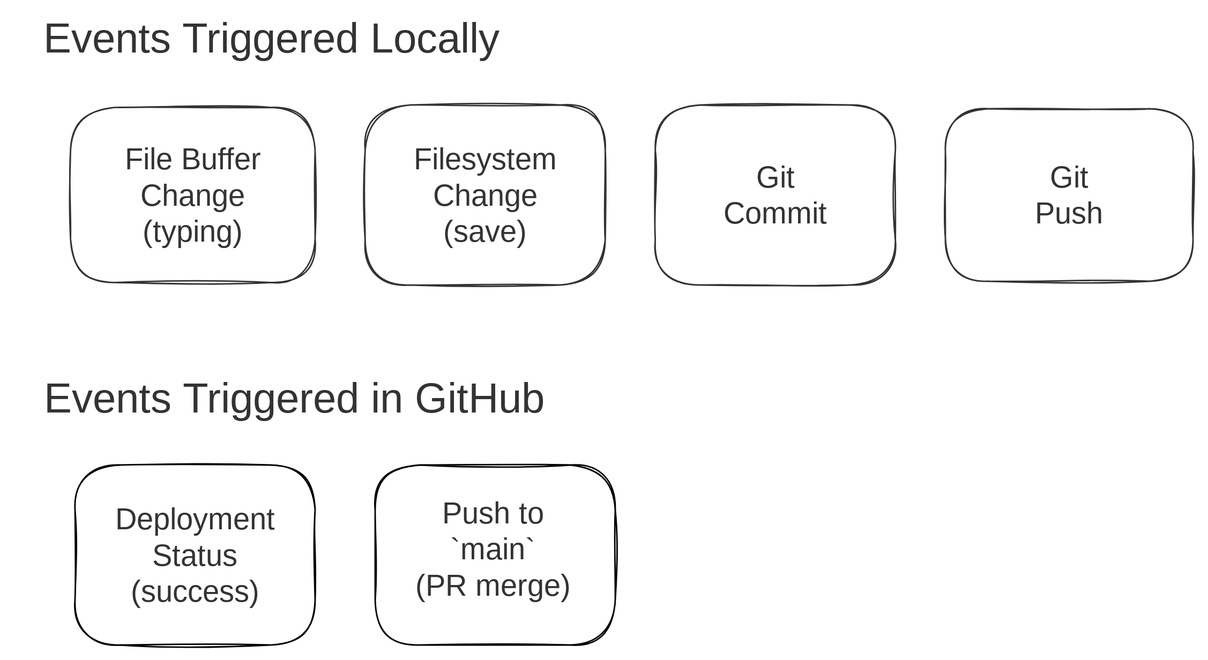
This is docs/images/sdlc_events.excalidraw.svg from oaknational/Oak-Web-Application, a Excalidraw export, as it was before one commit. Source tidied: one line per element, renumbered; positions are measured from the earlier drawing's top-left corner, leaving out a move shared by most shapes.
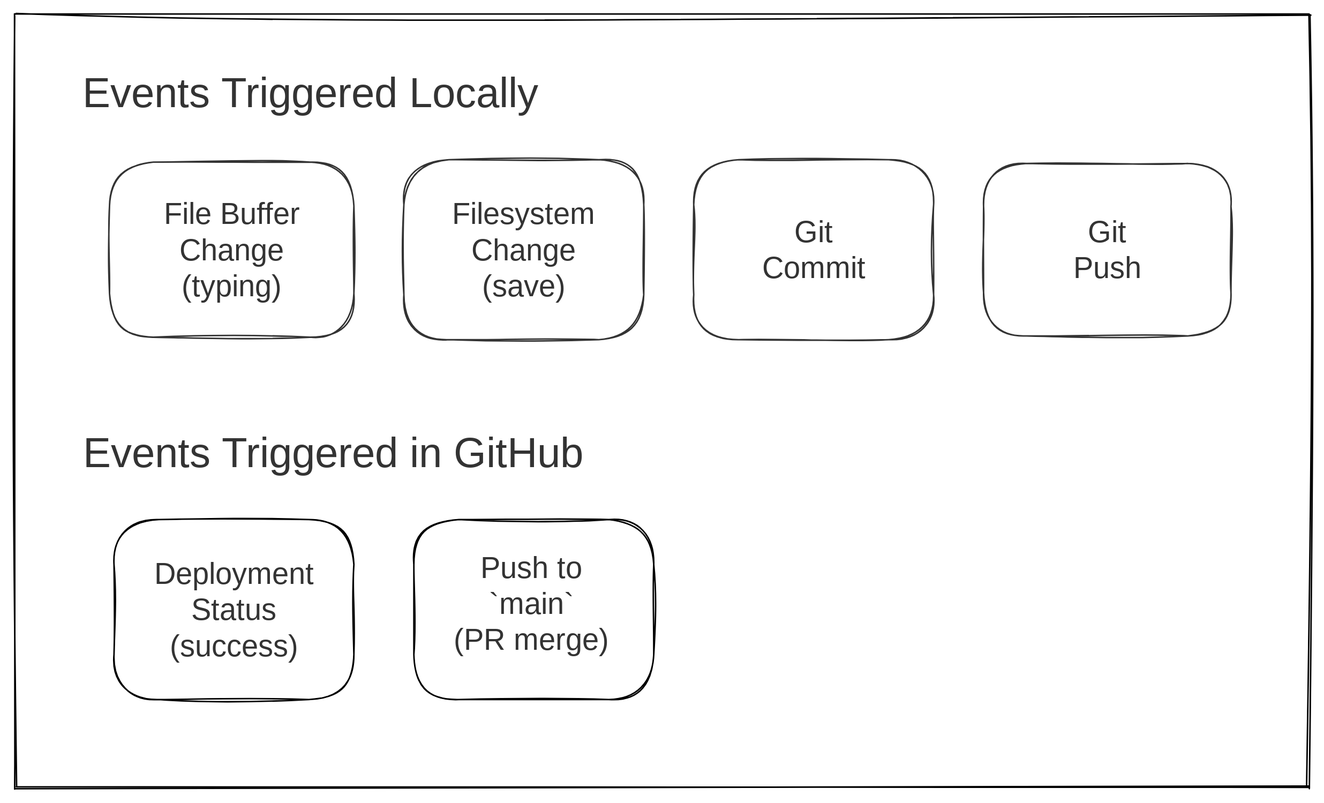
The same diagram one commit later.

Commit message:
docs(testing): update testing event diagram

Change to the diagram source:
```diff
@@ -12,3 +12,4 @@
 {"id": 11, "type": "text", "text": "Deployment\nStatus\n(success)", "strokeColor": "#000000", "strokeWidth": 1, "roughness": 1, "opacity": 80, "fontSize": 20, "fontFamily": 3, "textAlign": "center", "x": 62, "y": 324, "width": 117, "height": 72}
 {"id": 12, "type": "rectangle", "strokeColor": "#000000", "strokeWidth": 1, "roughness": 1, "x": 240, "y": 300, "width": 160, "height": 120}
 {"id": 13, "type": "text", "text": "Push to\n`main`\n(PR merge)", "strokeColor": "#000000", "strokeWidth": 1, "roughness": 1, "opacity": 80, "fontSize": 20, "fontFamily": 3, "textAlign": "center", "x": 260, "y": 320, "width": 118, "height": 72}
+{"id": 14, "type": "rectangle", "strokeColor": "#000000", "strokeWidth": 1, "roughness": 2, "x": -26, "y": -36, "width": 863, "height": 516}
```
